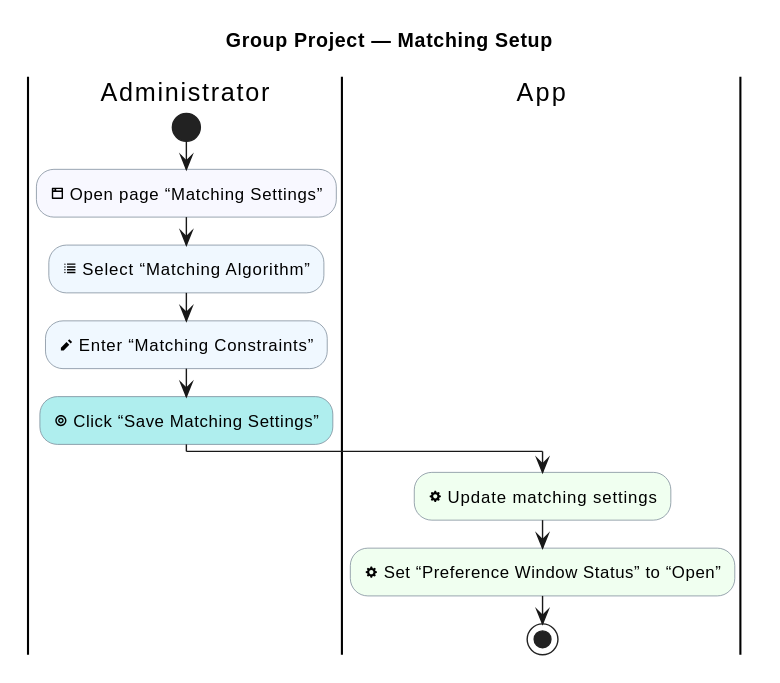
This is industrial-placement-group-project/diagrams/group-project/matching-configuration.svg from sdflkjssl/sdflkjssl.github.io, a PlantUML export, as it was before one commit.
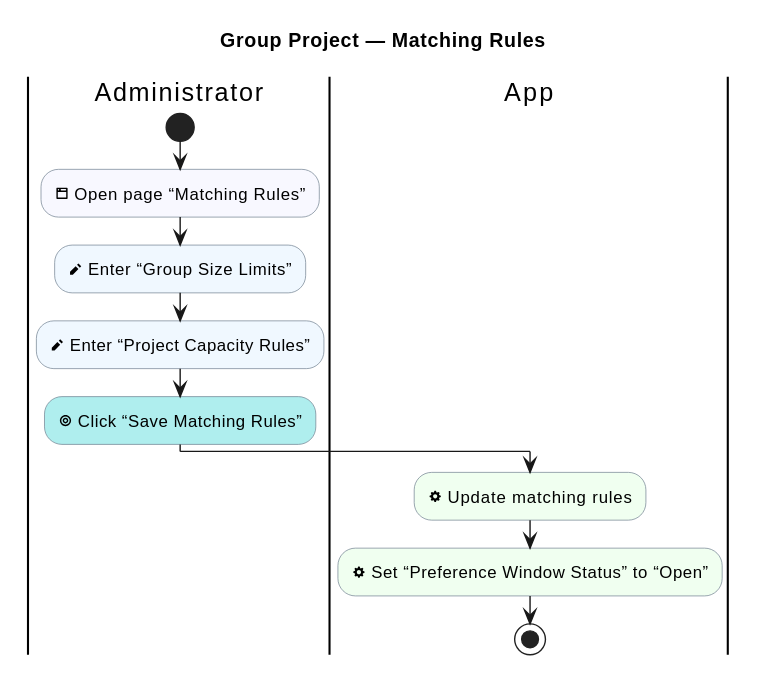
Above is the later version.

Commit message:
Clarify placement opportunities and matching scope

What changed in the source:
```diff
@@ -1,6 +1,6 @@
 @startuml
 !pragma layout smetana
-title Group Project — Matching Setup
+title Group Project — Matching Rules
 skinparam shadowing false
 skinparam activityBackgroundColor GhostWhite
 skinparam activityBorderColor SlateGray
@@ -12,12 +12,12 @@
 
 |Administrator|
 start
-:<&browser> Open page “Matching Settings”; <<#GhostWhite>>
-:<&list> Select “Matching Algorithm”; <<#AliceBlue>>
-:<&pencil> Enter “Matching Constraints”; <<#AliceBlue>>
-:<&target> Click “Save Matching Settings”; <<#PaleTurquoise>>
+:<&browser> Open page “Matching Rules”; <<#GhostWhite>>
+:<&pencil> Enter “Group Size Limits”; <<#AliceBlue>>
+:<&pencil> Enter “Project Capacity Rules”; <<#AliceBlue>>
+:<&target> Click “Save Matching Rules”; <<#PaleTurquoise>>
 |App|
-:<&cog> Update matching settings; <<#HoneyDew>>
+:<&cog> Update matching rules; <<#HoneyDew>>
 :<&cog> Set “Preference Window Status” to “Open”; <<#HoneyDew>>
 stop
 @enduml
```
